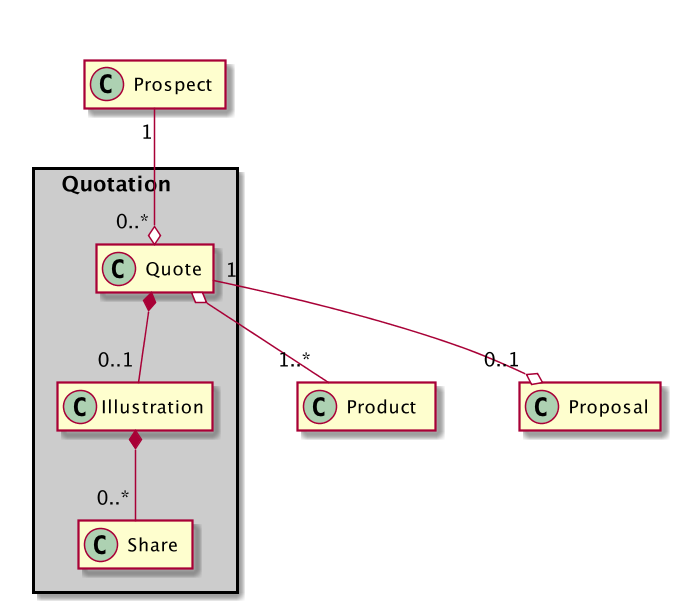
yitchoong/cloudapi keeps this PlantUML diagram as assets/screens/class-quote.png. Above is the earlier version.
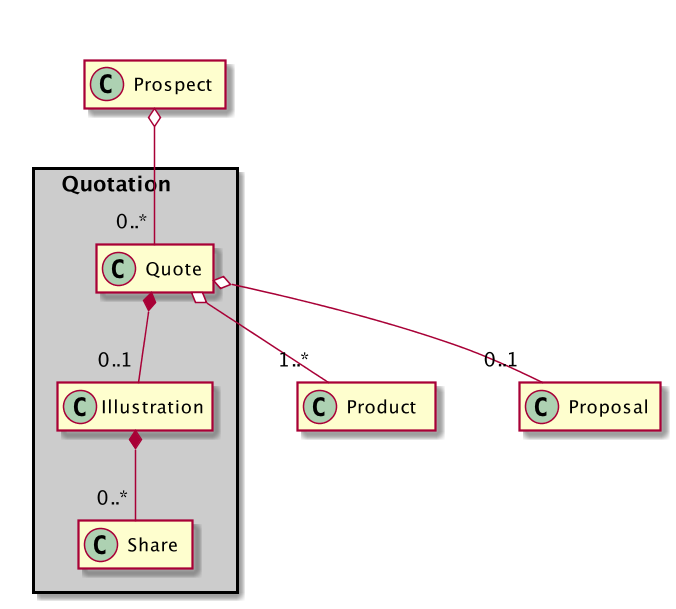
After the change.

The edit, as a diff of the source:
```diff
@@ -17,13 +17,14 @@
 together {
  class " Prospect  " as Prospect
 }
-Prospect "1" --o "0..*" Quote
+
+Prospect o-- "0..*" Quote
 Quote *-- "0..1" Illustration
 
 Illustration *-- "0..*" Share
 
 Quote o-- "1..*" Product
 
-Quote "1" --o "0..1" Proposal
+Quote  o-- "0..1" Proposal
 
 @enduml
```
